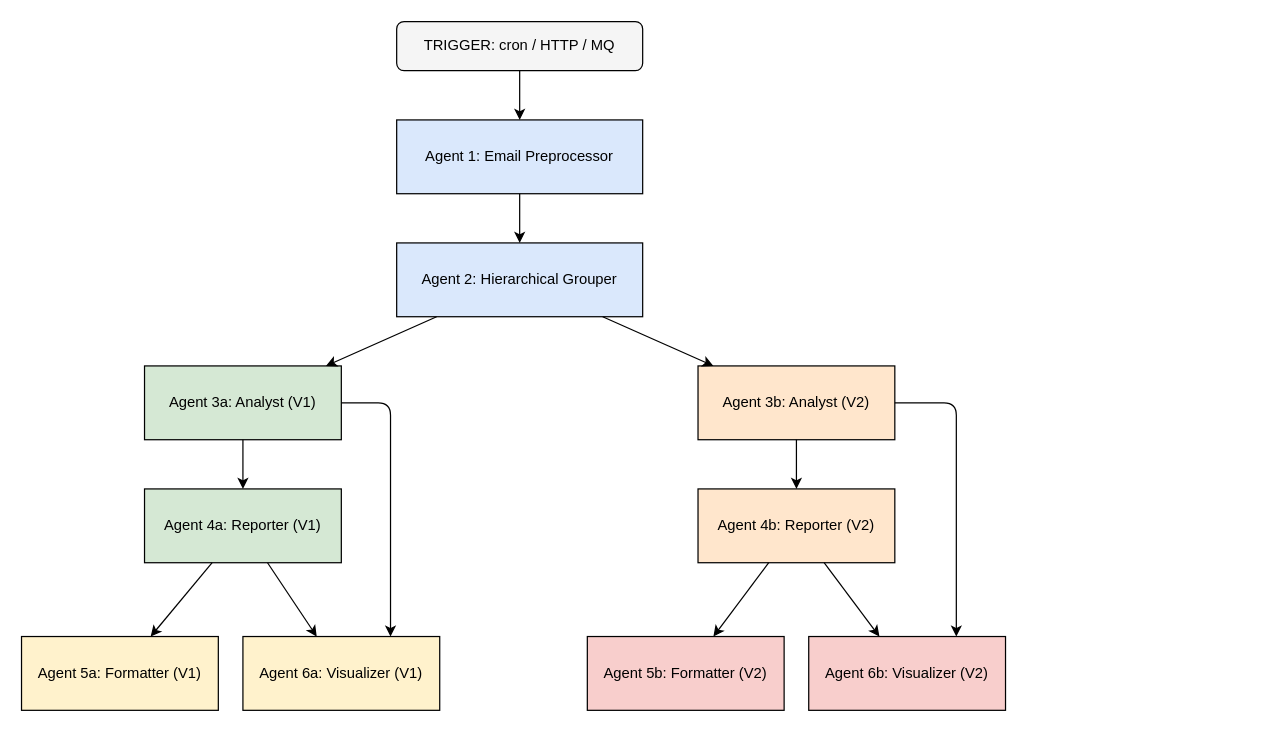
The draw.io diagram docs/diagrams/agentic-ai-workflow.drawio in govindthange/agentic-email-crew, before the edit. Source tidied: cells renumbered, new cells numbered last; positions are measured from the earlier drawing's top-left corner, leaving out a move shared by most shapes. Both pictures are drawn from the tidied source at 123%, with x=0, y=0 at pixel (21, 21).
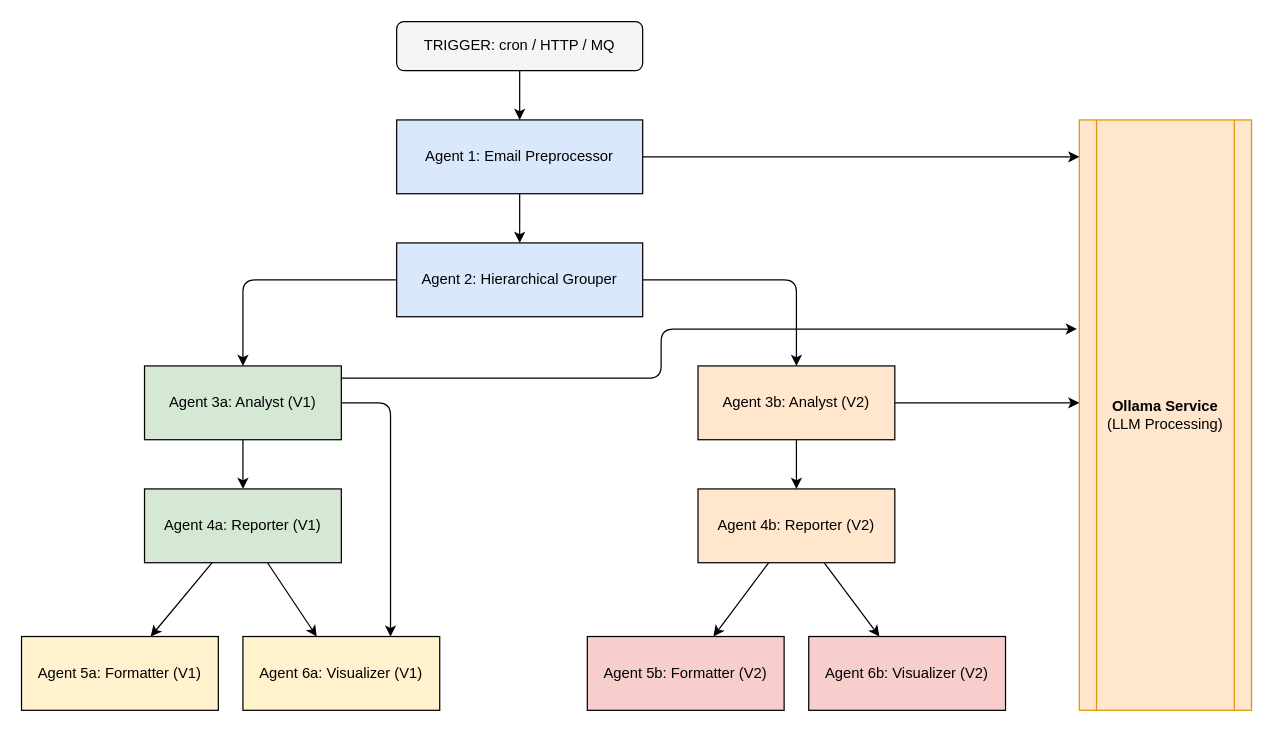
The same diagram, later.

Unchanged cells that the change refers to:
```xml
<mxCell id="3" value="Agent 1: Email Preprocessor" style="rounded=0;whiteSpace=wrap;html=1;fillColor=#dae8fc;fontColor=#000000;" parent="1" vertex="1">
  <mxGeometry x="305" y="80" width="200" height="60" as="geometry" />
</mxCell>
<mxCell id="4" value="Agent 2: Hierarchical Grouper" style="rounded=0;whiteSpace=wrap;html=1;fillColor=#dae8fc;fontColor=#000000;" parent="1" vertex="1">
  <mxGeometry x="305" y="180" width="200" height="60" as="geometry" />
</mxCell>
<mxCell id="5" value="Agent 3a: Analyst (V1)" style="rounded=0;whiteSpace=wrap;html=1;fillColor=#d5e8d4;fontColor=#000000;" parent="1" vertex="1">
  <mxGeometry x="100" y="280" width="160" height="60" as="geometry" />
</mxCell>
<mxCell id="9" value="Agent 3b: Analyst (V2)" style="rounded=0;whiteSpace=wrap;html=1;fillColor=#ffe6cc;fontColor=#000000;" parent="1" vertex="1">
  <mxGeometry x="550" y="280" width="160" height="60" as="geometry" />
</mxCell>
<mxCell id="12" value="Agent 6b: Visualizer (V2)" style="rounded=0;whiteSpace=wrap;html=1;fillColor=#f8cecc;fontColor=#000000;" parent="1" vertex="1">
  <mxGeometry x="640" y="500" width="160" height="60" as="geometry" />
</mxCell>
```

Diff of the diagram source:
```diff
@@
-    <mxCell id="15" parent="1" edge="1" source="4" target="5">
-      <mxGeometry relative="1" as="geometry" />
+    <mxCell id="15" style="entryX=0.5;entryY=0;entryDx=0;entryDy=0;" parent="1" edge="1" source="4" target="5">
+      <mxGeometry relative="1" as="geometry">
+        <Array as="points">
+          <mxPoint x="180" y="210" />
+        </Array>
+      </mxGeometry>
     </mxCell>
-    <mxCell id="16" parent="1" edge="1" source="4" target="9">
-      <mxGeometry relative="1" as="geometry" />
+    <mxCell id="16" style="exitX=1;exitY=0.5;exitDx=0;exitDy=0;entryX=0.5;entryY=0;entryDx=0;entryDy=0;" parent="1" edge="1" source="4" target="9">
+      <mxGeometry relative="1" as="geometry">
+        <Array as="points">
+          <mxPoint x="630" y="210" />
+        </Array>
+      </mxGeometry>
     </mxCell>
@@
-    <mxCell id="24" style="entryX=0.75;entryY=0;entryDx=0;entryDy=0;" parent="1" edge="1" source="9" target="12">
-      <mxGeometry relative="1" as="geometry">
-        <Array as="points">
-          <mxPoint x="760" y="310" />
-        </Array>
-      </mxGeometry>
-    </mxCell>
+    <mxCell id="25" value="&lt;b&gt;Ollama Service&lt;/b&gt;&lt;br&gt;(LLM Processing)" style="shape=process;whiteSpace=wrap;html=1;backgroundOutline=1;fillColor=#ffe6cc;strokeColor=#d79b00;" parent="1" vertex="1">
+      <mxGeometry x="860" y="80" width="140" height="480" as="geometry" />
+    </mxCell>
+    <mxCell id="26" parent="1" edge="1" source="3">
+      <mxGeometry relative="1" as="geometry">
+        <mxPoint x="860" y="110" as="targetPoint" />
+      </mxGeometry>
+    </mxCell>
+    <mxCell id="27" style="edgeStyle=orthogonalEdgeStyle;" parent="1" edge="1" source="5">
+      <mxGeometry relative="1" as="geometry">
+        <mxPoint x="858" y="250" as="targetPoint" />
+        <Array as="points">
+          <mxPoint x="520" y="290" />
+          <mxPoint x="520" y="250" />
+          <mxPoint x="858" y="250" />
+        </Array>
+      </mxGeometry>
+    </mxCell>
+    <mxCell id="28" parent="1" edge="1" source="9">
+      <mxGeometry relative="1" as="geometry">
+        <mxPoint x="860" y="310" as="targetPoint" />
+      </mxGeometry>
+    </mxCell>
```
